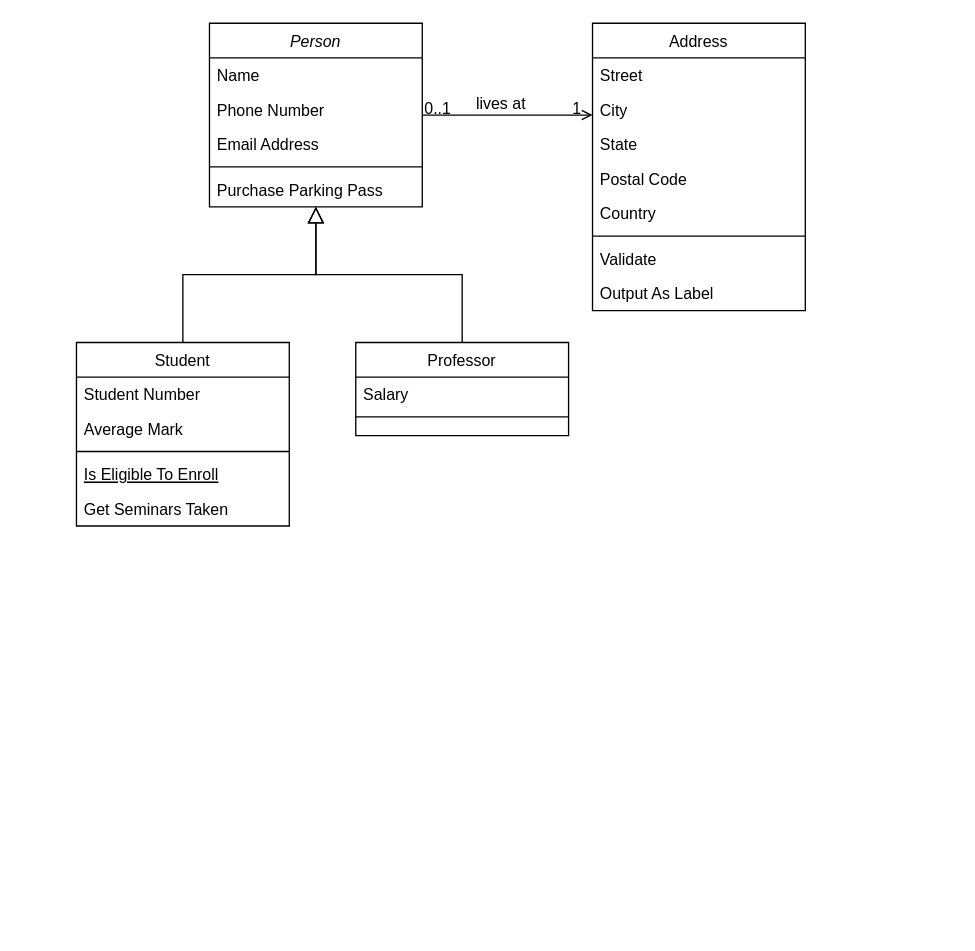
Aurayulia/Jobsheet1 keeps this draw.io diagram as Untitled Diagram.drawio. Above is the earlier version. Source tidied: cells renumbered, new cells numbered last; positions are measured from the earlier drawing's top-left corner, leaving out a move shared by most shapes. Both pictures are drawn from the tidied source at 133%, with x=0, y=0 at pixel (76, 23).
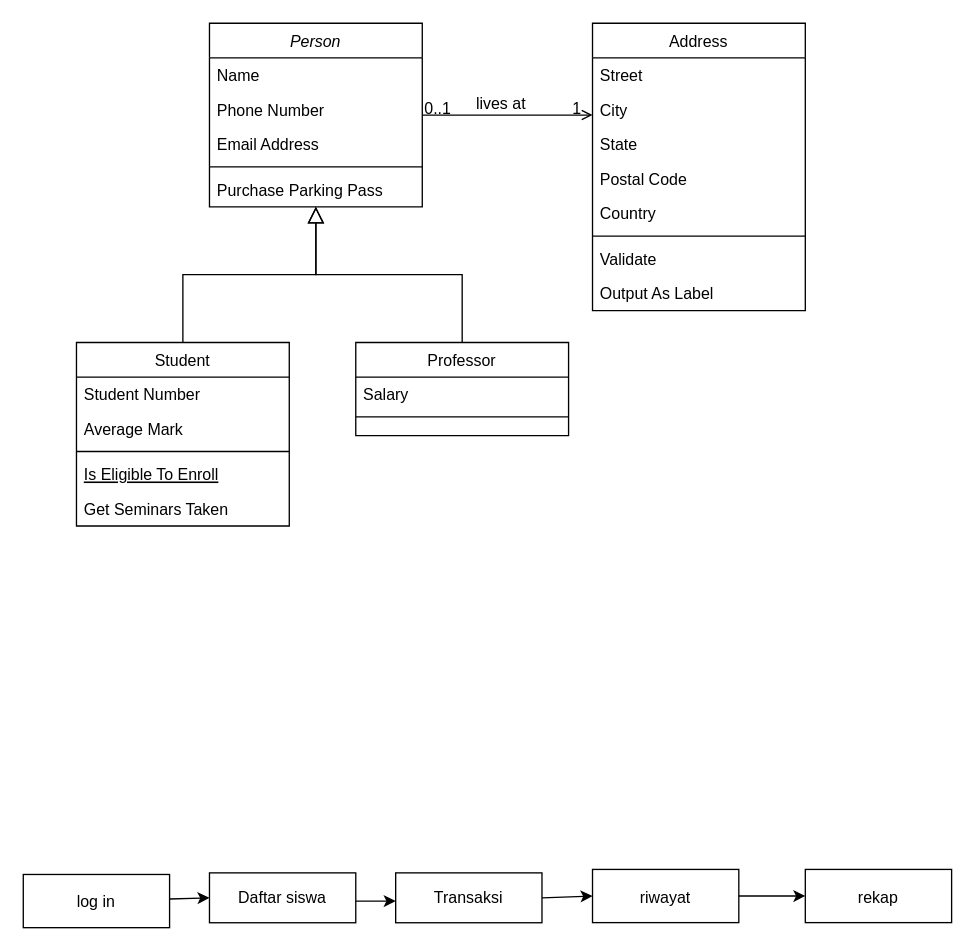
The same diagram, later.

Change to the diagram source:
```diff
@@
+    <mxCell id="32" style="rounded=0;whiteSpace=wrap;html=1;" parent="1" vertex="1">
+      <mxGeometry x="100" y="638.8" width="110" height="37.5" as="geometry" />
+    </mxCell>
+    <mxCell id="33" value="Daftar siswa" style="text;html=1;align=center;verticalAlign=middle;whiteSpace=wrap;rounded=0;" parent="1" vertex="1">
+      <mxGeometry x="120" y="642.5" width="70" height="30" as="geometry" />
+    </mxCell>
+    <mxCell id="34" style="rounded=0;whiteSpace=wrap;html=1;" parent="1" vertex="1">
+      <mxGeometry x="240" y="638.8" width="110" height="37.5" as="geometry" />
+    </mxCell>
+    <mxCell id="35" value="Transaksi" style="text;html=1;align=center;verticalAlign=middle;whiteSpace=wrap;rounded=0;" parent="1" vertex="1">
+      <mxGeometry x="265" y="642.5" width="60" height="30" as="geometry" />
+    </mxCell>
+    <mxCell id="36" style="rounded=0;whiteSpace=wrap;html=1;" parent="1" vertex="1">
+      <mxGeometry x="388" y="636.2" width="110" height="40" as="geometry" />
+    </mxCell>
+    <mxCell id="37" value="riwayat" style="text;html=1;align=center;verticalAlign=middle;whiteSpace=wrap;rounded=0;" parent="1" vertex="1">
+      <mxGeometry x="413" y="642.5" width="60" height="30" as="geometry" />
+    </mxCell>
+    <mxCell id="38" style="rounded=0;whiteSpace=wrap;html=1;" parent="1" vertex="1">
+      <mxGeometry x="-40" y="640" width="110" height="40" as="geometry" />
+    </mxCell>
+    <mxCell id="39" value="log in" style="text;html=1;align=center;verticalAlign=middle;whiteSpace=wrap;rounded=0;" parent="1" vertex="1">
+      <mxGeometry x="-15" y="646.2" width="60" height="30" as="geometry" />
+    </mxCell>
+    <mxCell id="40" style="rounded=0;whiteSpace=wrap;html=1;" parent="1" vertex="1">
+      <mxGeometry x="548" y="636.2" width="110" height="40" as="geometry" />
+    </mxCell>
+    <mxCell id="41" value="rekap" style="text;html=1;align=center;verticalAlign=middle;whiteSpace=wrap;rounded=0;" parent="1" vertex="1">
+      <mxGeometry x="573" y="642.5" width="60" height="30" as="geometry" />
+    </mxCell>
+    <mxCell id="42" style="endArrow=classic;html=1;rounded=0;entryX=0;entryY=0.5;entryDx=0;entryDy=0;" parent="1" edge="1" source="38" target="32">
+      <mxGeometry relative="1" as="geometry" />
+    </mxCell>
+    <mxCell id="43" style="endArrow=classic;html=1;rounded=0;" parent="1" edge="1">
+      <mxGeometry relative="1" as="geometry">
+        <mxPoint x="210" y="660" as="sourcePoint" />
+        <mxPoint x="240" y="660" as="targetPoint" />
+      </mxGeometry>
+    </mxCell>
+    <mxCell id="44" style="endArrow=classic;html=1;rounded=0;exitX=1;exitY=0.5;exitDx=0;exitDy=0;entryX=0;entryY=0.5;entryDx=0;entryDy=0;" parent="1" edge="1" source="34" target="36">
+      <mxGeometry relative="1" as="geometry" />
+    </mxCell>
+    <mxCell id="45" style="endArrow=classic;html=1;rounded=0;exitX=1;exitY=0.5;exitDx=0;exitDy=0;entryX=0;entryY=0.5;entryDx=0;entryDy=0;" parent="1" edge="1" source="36" target="40">
+      <mxGeometry relative="1" as="geometry" />
+    </mxCell>
```
